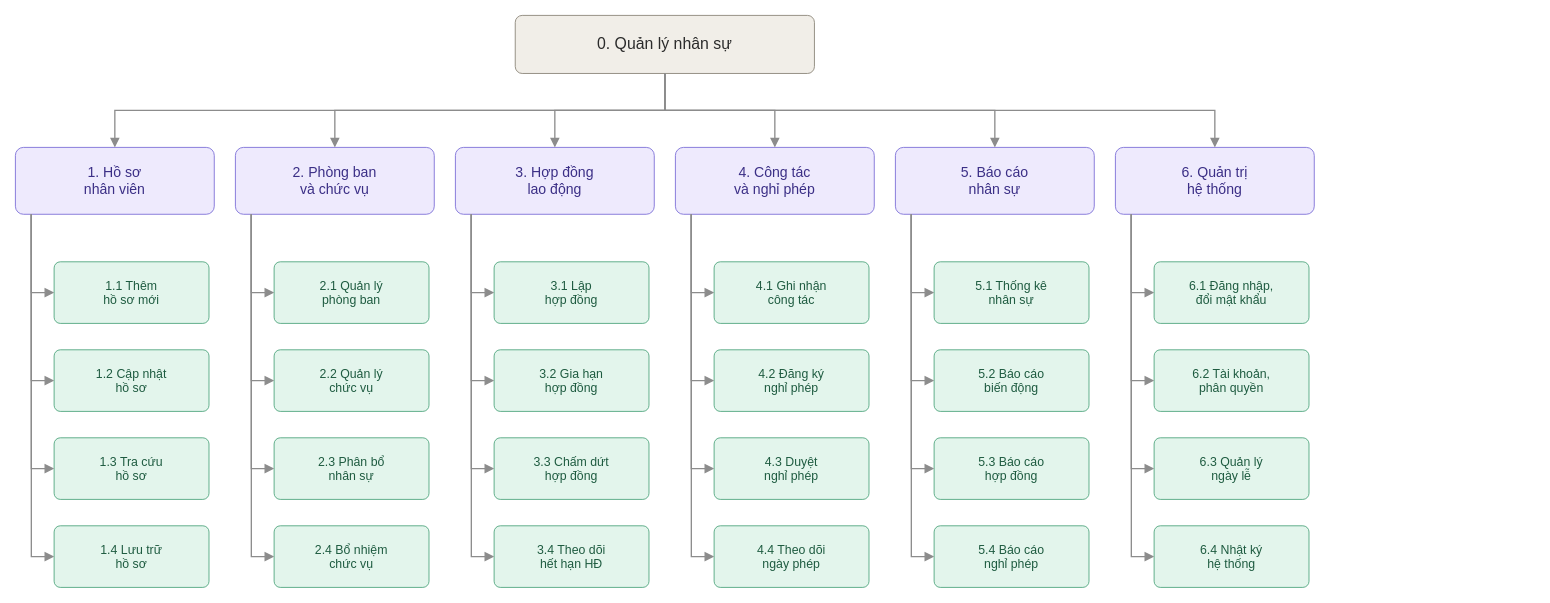
This is page "BFD" (1 of 7) of diagrams/bfd-dfd.drawio from ninhduo263/human-resource-management-system, a draw.io file, before an edit. Source tidied: cells renumbered, new cells numbered last; positions are measured from the earlier drawing's top-left corner, leaving out a move shared by most shapes. Both pictures are drawn from the tidied source at 88%, with x=0, y=0 at pixel (15, 15).
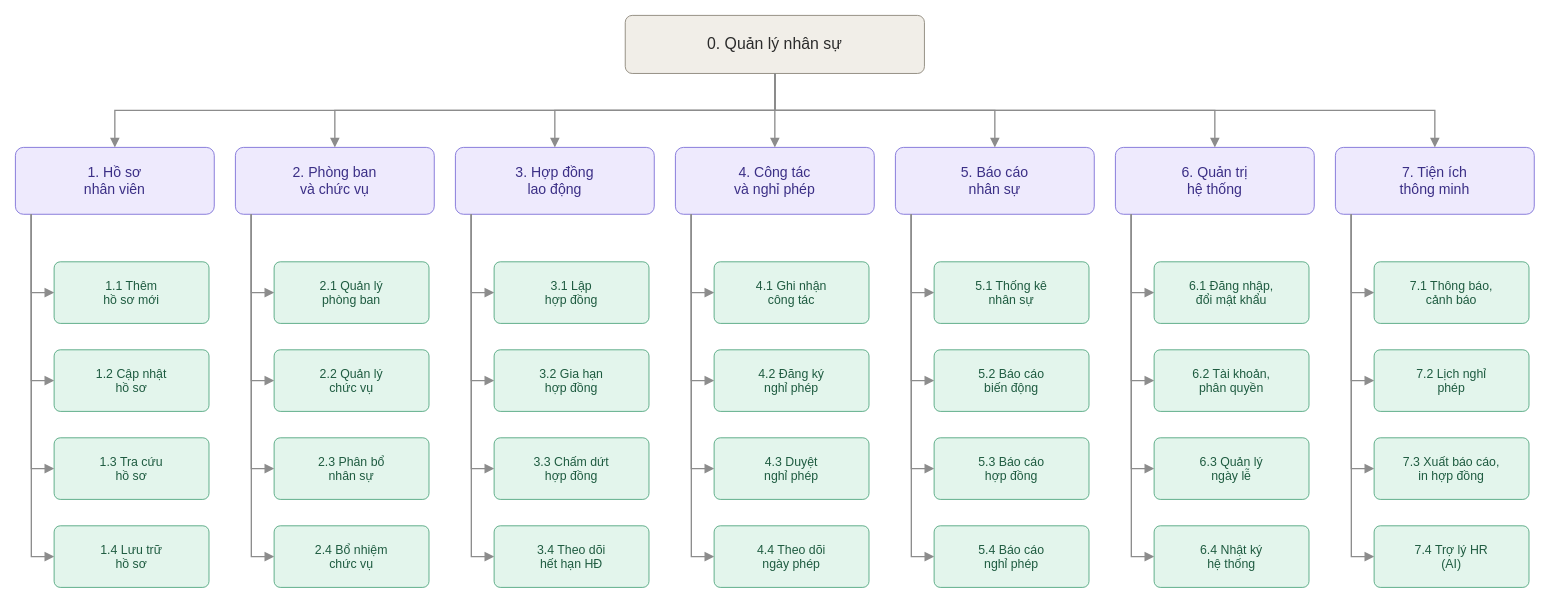
Above is the later version.

Diff of the diagram source:
```diff
@@
     <mxCell id="2" value="0. Quản lý nhân sự" style="rounded=1;whiteSpace=wrap;html=1;arcSize=12;fillColor=#F1EEE8;strokeColor=#8A8478;fontSize=18;fontColor=#2B2B2B;fontFamily=Helvetica;" parent="1" vertex="1">
-      <mxGeometry x="568" width="340" height="66" as="geometry" />
+      <mxGeometry x="693" width="340" height="66" as="geometry" />
     </mxCell>
@@
+    <mxCell id="63" value="7. Tiện ích&#10;thông minh" style="rounded=1;whiteSpace=wrap;html=1;arcSize=12;fillColor=#EEEAFD;strokeColor=#7C6FD6;fontSize=16;fontColor=#3B2F86;fontFamily=Helvetica;" parent="1" vertex="1">
+      <mxGeometry x="1500" y="150" width="226" height="76" as="geometry" />
+    </mxCell>
+    <mxCell id="64" style="edgeStyle=orthogonalEdgeStyle;rounded=0;html=1;endArrow=block;endFill=1;endSize=7;strokeColor=#8C8C8C;strokeWidth=1.5;exitX=0.5;exitY=1;entryX=0.5;entryY=0;" parent="1" edge="1" source="2" target="63">
+      <mxGeometry relative="1" as="geometry" />
+    </mxCell>
+    <mxCell id="65" value="7.1 Thông báo,&#10;cảnh báo" style="rounded=1;whiteSpace=wrap;html=1;arcSize=10;fillColor=#E3F5EC;strokeColor=#4FA67E;fontSize=14;fontColor=#1E5B40;fontFamily=Helvetica;" parent="1" vertex="1">
+      <mxGeometry x="1544" y="280" width="176" height="70" as="geometry" />
+    </mxCell>
+    <mxCell id="66" style="edgeStyle=orthogonalEdgeStyle;rounded=0;html=1;endArrow=block;endFill=1;endSize=7;strokeColor=#8C8C8C;strokeWidth=1.5;exitX=0.08;exitY=1;entryX=0;entryY=0.5;" parent="1" edge="1" source="63" target="65">
+      <mxGeometry relative="1" as="geometry" />
+    </mxCell>
+    <mxCell id="67" value="7.2 Lịch nghỉ&#10;phép" style="rounded=1;whiteSpace=wrap;html=1;arcSize=10;fillColor=#E3F5EC;strokeColor=#4FA67E;fontSize=14;fontColor=#1E5B40;fontFamily=Helvetica;" parent="1" vertex="1">
+      <mxGeometry x="1544" y="380" width="176" height="70" as="geometry" />
+    </mxCell>
+    <mxCell id="68" style="edgeStyle=orthogonalEdgeStyle;rounded=0;html=1;endArrow=block;endFill=1;endSize=7;strokeColor=#8C8C8C;strokeWidth=1.5;exitX=0.08;exitY=1;entryX=0;entryY=0.5;" parent="1" edge="1" source="63" target="67">
+      <mxGeometry relative="1" as="geometry" />
+    </mxCell>
+    <mxCell id="69" value="7.3 Xuất báo cáo,&#10;in hợp đồng" style="rounded=1;whiteSpace=wrap;html=1;arcSize=10;fillColor=#E3F5EC;strokeColor=#4FA67E;fontSize=14;fontColor=#1E5B40;fontFamily=Helvetica;" parent="1" vertex="1">
+      <mxGeometry x="1544" y="480" width="176" height="70" as="geometry" />
+    </mxCell>
+    <mxCell id="70" style="edgeStyle=orthogonalEdgeStyle;rounded=0;html=1;endArrow=block;endFill=1;endSize=7;strokeColor=#8C8C8C;strokeWidth=1.5;exitX=0.08;exitY=1;entryX=0;entryY=0.5;" parent="1" edge="1" source="63" target="69">
+      <mxGeometry relative="1" as="geometry" />
+    </mxCell>
+    <mxCell id="71" value="7.4 Trợ lý HR&#10;(AI)" style="rounded=1;whiteSpace=wrap;html=1;arcSize=10;fillColor=#E3F5EC;strokeColor=#4FA67E;fontSize=14;fontColor=#1E5B40;fontFamily=Helvetica;" parent="1" vertex="1">
+      <mxGeometry x="1544" y="580" width="176" height="70" as="geometry" />
+    </mxCell>
+    <mxCell id="72" style="edgeStyle=orthogonalEdgeStyle;rounded=0;html=1;endArrow=block;endFill=1;endSize=7;strokeColor=#8C8C8C;strokeWidth=1.5;exitX=0.08;exitY=1;entryX=0;entryY=0.5;" parent="1" edge="1" source="63" target="71">
+      <mxGeometry relative="1" as="geometry" />
+    </mxCell>
```
